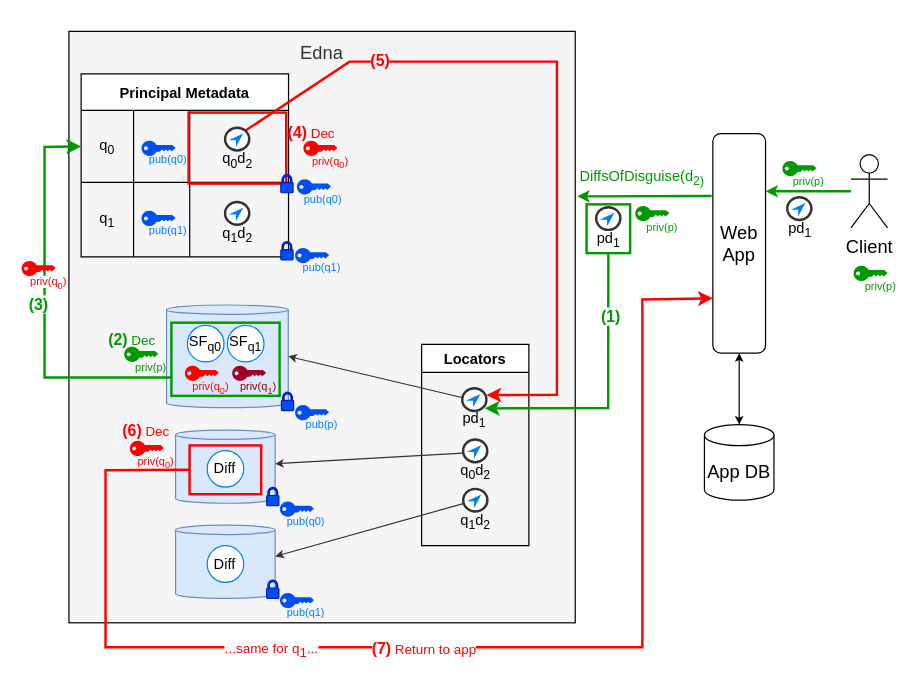
Earlier version of the draw.io diagram page "EdnaReveal" (1 of 13) of papers/osdi22/figs/edna.drawio (tslilyai/data_disguises_lobsters). Source tidied: cells renumbered, new cells numbered last; positions are measured from the earlier drawing's top-left corner, leaving out a move shared by most shapes. Both pictures are drawn from the tidied source at 122%, with x=0, y=0 at pixel (21, 30).
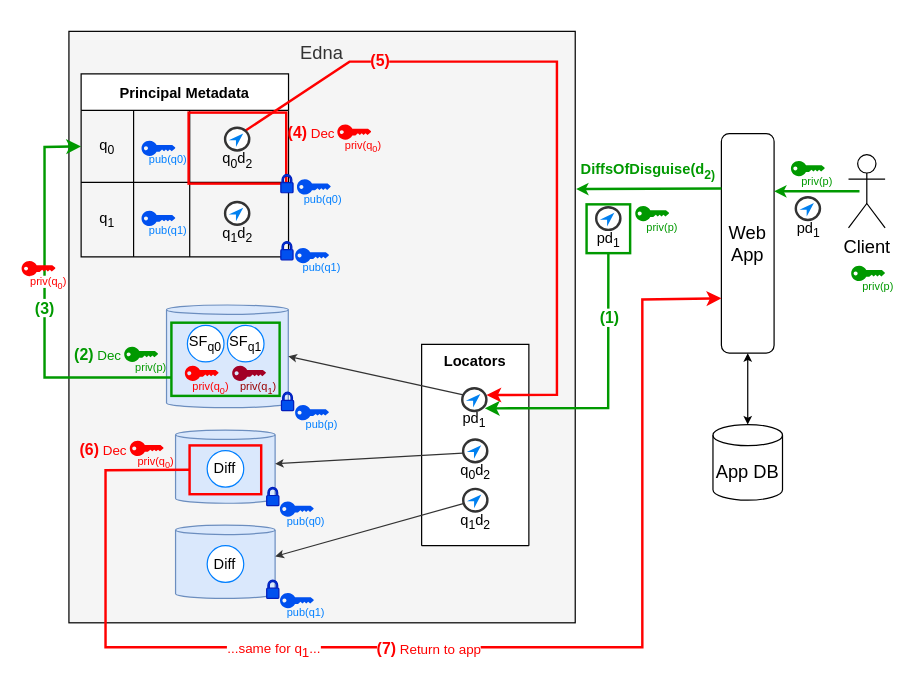
The same diagram, later.

Unchanged cells that the change refers to:
```xml
<mxCell id="2" value="&lt;div&gt;&lt;br&gt;Edna&lt;br&gt;&lt;/div&gt;" style="rounded=0;whiteSpace=wrap;html=1;fillColor=#F5F5F5;fontSize=15;fontColor=#333333;flipV=1;horizontal=1;verticalAlign=top;spacing=0;spacingTop=-14;" parent="1" vertex="1">
  <mxGeometry x="39" y="0.2" width="415" height="484.8" as="geometry" />
</mxCell>
<mxCell id="12" style="shape=cylinder3;html=1;boundedLbl=1;backgroundOutline=1;size=3.8275862068964557;labelPosition=center;verticalLabelPosition=middle;align=center;verticalAlign=bottom;fillColor=#dae8fc;strokeColor=#6c8ebf;" parent="1" vertex="1">
  <mxGeometry x="119" y="224.5" width="99.8" height="84.2" as="geometry" />
</mxCell>
<mxCell id="65" style="endArrow=classic;html=1;rounded=0;labelBackgroundColor=#E6E6E6;fontFamily=Helvetica;fontSize=11;fontColor=#009900;strokeColor=#009900;exitX=0;exitY=0.75;exitDx=0;exitDy=0;entryX=0;entryY=0.5;entryDx=0;entryDy=0;strokeWidth=2;" parent="1" edge="1" source="14" target="4">
  <mxGeometry relative="1" as="geometry">
    <Array as="points">
      <mxPoint x="19" y="284" />
      <mxPoint x="19" y="95" />
    </Array>
  </mxGeometry>
</mxCell>
<mxCell id="67" style="endArrow=classic;html=1;rounded=0;labelBackgroundColor=#E6E6E6;fontFamily=Helvetica;fontSize=11;fontColor=#009900;strokeColor=#009900;exitX=0.5;exitY=1;exitDx=0;exitDy=0;entryX=0.932;entryY=0.883;entryDx=0;entryDy=0;entryPerimeter=0;strokeWidth=2;" parent="1" edge="1" source="15" target="51">
  <mxGeometry relative="1" as="geometry">
    <Array as="points">
      <mxPoint x="481" y="309" />
    </Array>
  </mxGeometry>
</mxCell>
```

What changed in the source:
```diff
@@
+    <mxCell id="50" value="Locators" style="swimlane;labelBackgroundColor=none;fontFamily=Helvetica;fontColor=default;strokeColor=#000000;fillColor=#FFFFFF;startSize=165;horizontal=1;verticalAlign=top;" parent="1" vertex="1">
+      <mxGeometry x="328.1" y="256.8" width="87.9" height="165" as="geometry" />
+    </mxCell>
+    <mxCell id="52" value="q&lt;sub&gt;0&lt;/sub&gt;d&lt;sub&gt;2&lt;/sub&gt;" style="html=1;verticalLabelPosition=bottom;align=center;labelBackgroundColor=none;verticalAlign=top;strokeWidth=2;strokeColor=#333333;shadow=0;dashed=0;shape=mxgraph.ios7.icons.location_2;fillColor=default;fontFamily=Helvetica;spacingTop=-7;" parent="50" vertex="1">
+      <mxGeometry x="34" y="78" width="19.8" height="18.6" as="geometry" />
+    </mxCell>
+    <mxCell id="51" value="pd&lt;sub&gt;1&lt;/sub&gt;" style="html=1;verticalLabelPosition=bottom;align=center;labelBackgroundColor=none;verticalAlign=top;strokeWidth=2;strokeColor=#333333;shadow=0;dashed=0;shape=mxgraph.ios7.icons.location_2;fillColor=default;fontFamily=Helvetica;spacingTop=-7;" parent="50" vertex="1">
+      <mxGeometry x="33.3" y="36" width="19.8" height="18.6" as="geometry" />
+    </mxCell>
@@
-    <mxCell id="16" style="endArrow=classic;html=1;strokeWidth=1;fontSize=15;fontColor=#000000;entryX=1;entryY=0.5;entryDx=0;entryDy=0;entryPerimeter=0;endSize=4;startSize=4;exitX=0.203;exitY=0.46;exitDx=0;exitDy=0;exitPerimeter=0;strokeColor=#333333;" parent="1" edge="1" source="51" target="12">
+    <mxCell id="16" style="endArrow=classic;html=1;strokeWidth=1;fontSize=15;fontColor=#000000;entryX=1;entryY=0.5;entryDx=0;entryDy=0;entryPerimeter=0;endSize=4;startSize=4;strokeColor=#333333;exitX=0.043;exitY=0.287;exitDx=0;exitDy=0;exitPerimeter=0;" parent="1" edge="1" source="51" target="12">
       <mxGeometry relative="1" as="geometry" />
     </mxCell>
@@
-    <mxCell id="38" value="DiffsOfDisguise(d&lt;sub&gt;2)&lt;/sub&gt;" style="text;html=1;strokeColor=none;fillColor=none;align=center;verticalAlign=middle;whiteSpace=wrap;rounded=0;fontSize=12;fontColor=#009900;labelBackgroundColor=#ffffff;fontStyle=0;" parent="1" vertex="1">
-      <mxGeometry x="449" y="110.3" width="120" height="20" as="geometry" />
+    <mxCell id="38" value="DiffsOfDisguise(d&lt;sub&gt;2)&lt;/sub&gt;" style="text;html=1;strokeColor=none;fillColor=none;align=center;verticalAlign=middle;whiteSpace=wrap;rounded=0;fontSize=12;fontColor=#009900;labelBackgroundColor=#ffffff;fontStyle=1;" parent="1" vertex="1">
+      <mxGeometry x="454" y="105" width="120" height="20" as="geometry" />
     </mxCell>
     <mxCell id="39" value="App DB" style="shape=cylinder3;whiteSpace=wrap;html=1;boundedLbl=1;backgroundOutline=1;size=8.655172413793196;fillColor=none;fontSize=15;" parent="1" vertex="1">
-      <mxGeometry x="559.9" y="322.5" width="57" height="62" as="geometry" />
+      <mxGeometry x="566.9" y="322.5" width="57" height="62" as="geometry" />
     </mxCell>
     <mxCell id="40" value="&lt;div&gt;Web App&lt;/div&gt;" style="rounded=1;whiteSpace=wrap;html=1;fillColor=none;fontSize=15;" parent="1" vertex="1">
-      <mxGeometry x="566.8" y="84" width="43.2" height="180" as="geometry" />
+      <mxGeometry x="573.8" y="84" width="43.2" height="180" as="geometry" />
     </mxCell>
-    <mxCell id="41" style="endArrow=classic;html=1;strokeWidth=2;fontSize=15;fontColor=#009900;entryX=1.004;entryY=0.721;entryDx=0;entryDy=0;entryPerimeter=0;endSize=4;startSize=4;strokeColor=#009900;exitX=-0.022;exitY=0.284;exitDx=0;exitDy=0;exitPerimeter=0;" parent="1" edge="1" source="40" target="2">
-      <mxGeometry relative="1" as="geometry" />
+    <mxCell id="41" style="endArrow=classic;html=1;strokeWidth=2;fontSize=15;fontColor=#009900;entryX=1.004;entryY=0.721;entryDx=0;entryDy=0;entryPerimeter=0;endSize=4;startSize=4;strokeColor=#009900;exitX=0;exitY=0.25;exitDx=0;exitDy=0;" parent="1" edge="1" source="40">
+      <mxGeometry relative="1" as="geometry">
+        <mxPoint x="454.7" y="129.5" as="targetPoint" />
+      </mxGeometry>
     </mxCell>
@@
     <mxCell id="43" value="&lt;div&gt;Client&lt;/div&gt;&lt;div&gt;&lt;br&gt;&lt;/div&gt;" style="shape=umlActor;verticalLabelPosition=bottom;verticalAlign=top;html=1;fontSize=15;" parent="1" vertex="1">
-      <mxGeometry x="680" y="101.3" width="30" height="60" as="geometry" />
+      <mxGeometry x="678" y="101.3" width="30" height="60" as="geometry" />
     </mxCell>
     <mxCell id="44" style="endArrow=none;html=1;strokeWidth=2;fontSize=15;fontColor=#009900;startArrow=classic;startFill=1;endSize=4;startSize=4;exitX=1;exitY=0.5;exitDx=0;exitDy=0;endFill=0;strokeColor=#009900;" parent="1" edge="1">
       <mxGeometry relative="1" as="geometry">
-        <mxPoint x="610" y="131.3" as="sourcePoint" />
-        <mxPoint x="680" y="131.3" as="targetPoint" />
+        <mxPoint x="617" y="131.3" as="sourcePoint" />
+        <mxPoint x="687" y="131.3" as="targetPoint" />
       </mxGeometry>
     </mxCell>
     <mxCell id="45" value="priv(p)" style="verticalLabelPosition=bottom;sketch=0;html=1;verticalAlign=top;align=center;shape=mxgraph.cisco19.key;fillColor=#009900;strokeColor=default;fontSize=9;fontColor=#009900;spacingLeft=15;spacingTop=-7;" parent="1" vertex="1">
-      <mxGeometry x="682.2" y="192.4" width="27.8" height="12.5" as="geometry" />
+      <mxGeometry x="680.2" y="192.4" width="27.8" height="12.5" as="geometry" />
     </mxCell>
@@
     <mxCell id="48" value="priv(p)" style="verticalLabelPosition=bottom;sketch=0;html=1;verticalAlign=top;align=center;shape=mxgraph.cisco19.key;fillColor=#009900;strokeColor=#00CC00;fontSize=9;fontColor=#009900;spacingLeft=15;spacingTop=-7;" parent="1" vertex="1">
-      <mxGeometry x="623.8" y="106.4" width="27.8" height="12.5" as="geometry" />
+      <mxGeometry x="630.8" y="106.4" width="27.8" height="12.5" as="geometry" />
     </mxCell>
     <mxCell id="49" value="pd&lt;sub&gt;1&lt;/sub&gt;" style="html=1;verticalLabelPosition=bottom;align=center;labelBackgroundColor=none;verticalAlign=top;strokeWidth=2;strokeColor=#333333;shadow=0;dashed=0;shape=mxgraph.ios7.icons.location_2;fillColor=default;fontFamily=Helvetica;spacingTop=-7;" parent="1" vertex="1">
-      <mxGeometry x="627.8" y="136.2" width="19.8" height="18.6" as="geometry" />
+      <mxGeometry x="634.8" y="136.2" width="19.8" height="18.6" as="geometry" />
     </mxCell>
-    <mxCell id="50" value="Locators" style="swimlane;labelBackgroundColor=none;fontFamily=Helvetica;fontColor=default;strokeColor=#000000;fillColor=default;" parent="1" vertex="1">
-      <mxGeometry x="328.1" y="256.8" width="87.9" height="165" as="geometry" />
-    </mxCell>
-    <mxCell id="51" value="pd&lt;sub&gt;1&lt;/sub&gt;" style="html=1;verticalLabelPosition=bottom;align=center;labelBackgroundColor=none;verticalAlign=top;strokeWidth=2;strokeColor=#333333;shadow=0;dashed=0;shape=mxgraph.ios7.icons.location_2;fillColor=default;fontFamily=Helvetica;spacingTop=-7;" parent="50" vertex="1">
-      <mxGeometry x="33.3" y="36" width="19.8" height="18.6" as="geometry" />
-    </mxCell>
-    <mxCell id="52" value="q&lt;sub&gt;0&lt;/sub&gt;d&lt;sub&gt;2&lt;/sub&gt;" style="html=1;verticalLabelPosition=bottom;align=center;labelBackgroundColor=none;verticalAlign=top;strokeWidth=2;strokeColor=#333333;shadow=0;dashed=0;shape=mxgraph.ios7.icons.location_2;fillColor=default;fontFamily=Helvetica;spacingTop=-7;" parent="50" vertex="1">
-      <mxGeometry x="34" y="78" width="19.8" height="18.6" as="geometry" />
-    </mxCell>
@@
     <mxCell id="57" value="&lt;font size=&quot;1&quot;&gt;&lt;b style=&quot;font-size: 13px&quot;&gt;(2)&lt;/b&gt;&lt;/font&gt; Dec" style="text;html=1;strokeColor=none;fillColor=none;align=center;verticalAlign=middle;whiteSpace=wrap;rounded=0;labelBackgroundColor=none;fontFamily=Helvetica;fontColor=#009900;fontSize=11;" parent="1" vertex="1">
-      <mxGeometry x="69.7" y="237" width="42.4" height="31.5" as="geometry" />
+      <mxGeometry x="41.9" y="249.2" width="42.4" height="31.5" as="geometry" />
     </mxCell>
     <mxCell id="58" value="priv(q&lt;sub&gt;0&lt;/sub&gt;)" style="verticalLabelPosition=bottom;sketch=0;html=1;verticalAlign=top;align=center;shape=mxgraph.cisco19.key;fillColor=#FF0000;strokeColor=#FF0000;fontSize=9;fontColor=#FF0000;spacingLeft=15;spacingTop=-7;" parent="1" vertex="1">
-      <mxGeometry x="231.2" y="89.8" width="27.8" height="12.5" as="geometry" />
+      <mxGeometry x="259" y="76.5" width="27.8" height="12.5" as="geometry" />
     </mxCell>
     <mxCell id="59" value="&lt;font size=&quot;1&quot;&gt;&lt;b style=&quot;font-size: 13px&quot;&gt;(4)&lt;/b&gt;&lt;/font&gt; Dec" style="text;html=1;strokeColor=none;fillColor=none;align=center;verticalAlign=middle;whiteSpace=wrap;rounded=0;labelBackgroundColor=none;fontFamily=Helvetica;fontColor=#FF0000;fontSize=11;" parent="1" vertex="1">
-      <mxGeometry x="217.1" y="67.7" width="42.4" height="30" as="geometry" />
+      <mxGeometry x="216.6" y="67.7" width="42.4" height="30" as="geometry" />
     </mxCell>
@@
     <mxCell id="61" value="&lt;font size=&quot;1&quot;&gt;&lt;b style=&quot;font-size: 13px&quot;&gt;(6)&lt;/b&gt;&lt;/font&gt; Dec" style="text;html=1;strokeColor=none;fillColor=none;align=center;verticalAlign=middle;whiteSpace=wrap;rounded=0;labelBackgroundColor=none;fontFamily=Helvetica;fontColor=#FF0000;fontSize=11;" parent="1" vertex="1">
-      <mxGeometry x="81.2" y="311" width="43.1" height="31.5" as="geometry" />
+      <mxGeometry x="45.7" y="327" width="43.1" height="31.5" as="geometry" />
     </mxCell>
@@
-    <mxCell id="66" value="(3)" style="edgeLabel;html=1;align=center;verticalAlign=middle;fontSize=13;fontFamily=Helvetica;fontColor=#009900;labelBackgroundColor=#F5F5F5;fontStyle=1;" parent="65" vertex="1">
+    <mxCell id="66" value="(3)" style="edgeLabel;html=1;align=center;verticalAlign=middle;fontSize=13;fontFamily=Helvetica;fontColor=#009900;labelBackgroundColor=default;fontStyle=1;labelBorderColor=none;" parent="65" vertex="1">
       <mxGeometry x="-0.55" y="1" relative="1" as="geometry">
-        <mxPoint x="-37" y="-62" as="offset" />
+        <mxPoint x="-32" y="-59" as="offset" />
       </mxGeometry>
     </mxCell>
@@
     <mxCell id="68" value="(1)" style="edgeLabel;html=1;align=center;verticalAlign=middle;fontSize=13;fontFamily=Helvetica;fontColor=#009900;labelBackgroundColor=#FFFFFF;fontStyle=1;" parent="67" vertex="1">
-      <mxGeometry x="-0.55" y="1" relative="1" as="geometry" />
+      <mxGeometry x="-0.55" y="1" relative="1" as="geometry">
+        <mxPoint x="-1" y="1" as="offset" />
+      </mxGeometry>
     </mxCell>
```
